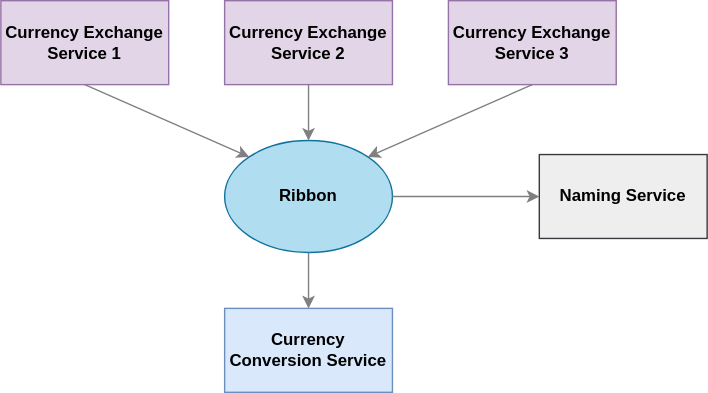
This is diagrams/ribbon.svg from droidark/microservices, a draw.io export, as it was before one commit. Source tidied: cells renumbered, new cells last; positions are measured from the earlier drawing's top-left corner, leaving out a move shared by most shapes.
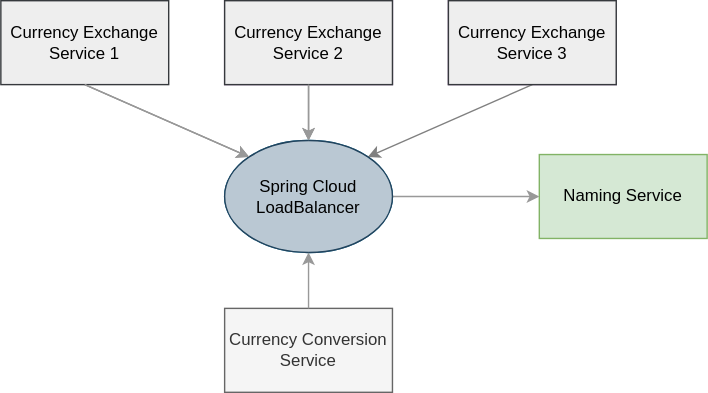
The same diagram one commit later.

The edit, as a diff of the source:
```diff
@@ -2,7 +2,7 @@
   <root>
     <mxCell id="0" />
     <mxCell id="1" parent="0" />
-    <mxCell id="2" value="&lt;div style=&quot;font-size: 12px;&quot;&gt;Currency Exchange Service 1&lt;/div&gt;" style="rounded=0;whiteSpace=wrap;html=1;fillColor=#e1d5e7;strokeColor=#9673a6;fontStyle=1;fontSize=12;" parent="1" vertex="1">
+    <mxCell id="2" value="&lt;div style=&quot;font-size: 12px;&quot;&gt;Currency Exchange Service 1&lt;/div&gt;" style="rounded=0;whiteSpace=wrap;html=1;fillColor=#eeeeee;strokeColor=#36393d;fontStyle=0;fontSize=12;" parent="1" vertex="1">
       <mxGeometry width="120" height="60" as="geometry" />
     </mxCell>
     <mxCell id="3" value="&lt;div style=&quot;font-size: 12px;&quot;&gt;Currency Exchange Service 2&lt;br style=&quot;font-size: 12px;&quot;&gt;&lt;/div&gt;" style="rounded=0;whiteSpace=wrap;html=1;fillColor=#e1d5e7;strokeColor=#9673a6;fontStyle=1;fontSize=12;" parent="1" vertex="1">
@@ -14,10 +14,10 @@
     <mxCell id="5" value="Ribbon" style="ellipse;whiteSpace=wrap;html=1;fillColor=#b1ddf0;strokeColor=#10739e;fontStyle=1;fontSize=12;" parent="1" vertex="1">
       <mxGeometry x="160" y="100" width="120" height="80" as="geometry" />
     </mxCell>
-    <mxCell id="6" value="Naming Service" style="rounded=0;whiteSpace=wrap;html=1;fillColor=#eeeeee;strokeColor=#36393d;fontStyle=1;fontSize=12;" parent="1" vertex="1">
+    <mxCell id="6" value="Naming Service" style="rounded=0;whiteSpace=wrap;html=1;fillColor=#d5e8d4;strokeColor=#82b366;fontStyle=0;fontSize=12;" parent="1" vertex="1">
       <mxGeometry x="385" y="110" width="120" height="60" as="geometry" />
     </mxCell>
-    <mxCell id="7" value="&lt;div style=&quot;font-size: 12px;&quot;&gt;Currency Conversion Service&lt;br style=&quot;font-size: 12px;&quot;&gt;&lt;/div&gt;" style="rounded=0;whiteSpace=wrap;html=1;fillColor=#dae8fc;strokeColor=#6c8ebf;fontStyle=1;fontSize=12;" parent="1" vertex="1">
+    <mxCell id="7" value="&lt;div style=&quot;font-size: 12px;&quot;&gt;Currency Conversion Service&lt;br style=&quot;font-size: 12px;&quot;&gt;&lt;/div&gt;" style="rounded=0;whiteSpace=wrap;html=1;fillColor=#f5f5f5;strokeColor=#666666;fontStyle=0;fontSize=12;fontColor=#333333;" parent="1" vertex="1">
       <mxGeometry x="160" y="220" width="120" height="60" as="geometry" />
     </mxCell>
     <mxCell id="8" style="endArrow=classic;html=1;fontSize=12;entryX=0;entryY=0;entryDx=0;entryDy=0;exitX=0.5;exitY=1;exitDx=0;exitDy=0;strokeColor=#808080;" parent="1" edge="1" source="2" target="5">
@@ -29,11 +29,32 @@
     <mxCell id="10" style="endArrow=classic;html=1;fontSize=12;entryX=1;entryY=0;entryDx=0;entryDy=0;exitX=0.5;exitY=1;exitDx=0;exitDy=0;strokeColor=#808080;" parent="1" edge="1" source="4" target="5">
       <mxGeometry relative="1" as="geometry" />
     </mxCell>
-    <mxCell id="11" style="endArrow=classic;html=1;fontSize=12;exitX=1;exitY=0.5;exitDx=0;exitDy=0;entryX=0;entryY=0.5;entryDx=0;entryDy=0;strokeColor=#808080;" parent="1" edge="1" source="5" target="6">
+    <mxCell id="11" style="endArrow=classic;html=1;fontSize=12;exitX=1;exitY=0.5;exitDx=0;exitDy=0;entryX=0;entryY=0.5;entryDx=0;entryDy=0;strokeColor=#999999;" parent="1" edge="1" source="5" target="6">
       <mxGeometry relative="1" as="geometry" />
     </mxCell>
-    <mxCell id="12" style="endArrow=classic;html=1;fontSize=12;entryX=0.5;entryY=0;entryDx=0;entryDy=0;exitX=0.5;exitY=1;exitDx=0;exitDy=0;strokeColor=#808080;" parent="1" edge="1" source="5" target="7">
-      <mxGeometry relative="1" as="geometry" />
-    </mxCell>
+    <mxCell id="13" value="&lt;div style=&quot;font-size: 12px;&quot;&gt;Currency Exchange Service 2&lt;br style=&quot;font-size: 12px;&quot;&gt;&lt;/div&gt;" style="rounded=0;whiteSpace=wrap;html=1;fillColor=#eeeeee;strokeColor=#36393d;fontStyle=0;fontSize=12;" parent="1" vertex="1">
+      <mxGeometry x="160" width="120" height="60" as="geometry" />
+    </mxCell>
+    <mxCell id="14" value="&lt;div style=&quot;font-size: 12px;&quot;&gt;Currency Exchange Service 3&lt;br style=&quot;font-size: 12px;&quot;&gt;&lt;/div&gt;" style="rounded=0;whiteSpace=wrap;html=1;fillColor=#eeeeee;strokeColor=#36393d;fontStyle=0;fontSize=12;" parent="1" vertex="1">
+      <mxGeometry x="320" width="120" height="60" as="geometry" />
+    </mxCell>
+    <mxCell id="15" value="Spring Cloud LoadBalancer" style="ellipse;whiteSpace=wrap;html=1;fillColor=#bac8d3;strokeColor=#23445d;fontStyle=0;fontSize=12;" parent="1" vertex="1">
+      <mxGeometry x="160" y="100" width="120" height="80" as="geometry" />
+    </mxCell>
+    <mxCell id="16" style="endArrow=classic;html=1;fontSize=12;exitX=0.5;exitY=0;exitDx=0;exitDy=0;strokeColor=#999999;entryX=0.5;entryY=1;entryDx=0;entryDy=0;" parent="1" edge="1" source="7" target="15">
+      <mxGeometry relative="1" as="geometry" />
+    </mxCell>
+    <mxCell id="17" style="endArrow=classic;html=1;fontSize=12;entryX=0;entryY=0;entryDx=0;entryDy=0;exitX=0.5;exitY=1;exitDx=0;exitDy=0;strokeColor=#999999;" parent="1" edge="1">
+      <mxGeometry relative="1" as="geometry">
+        <mxPoint x="60" y="60" as="sourcePoint" />
+        <mxPoint x="177.6" y="111.7" as="targetPoint" />
+      </mxGeometry>
+    </mxCell>
+    <mxCell id="18" style="endArrow=classic;html=1;fontSize=12;entryX=0.5;entryY=0;entryDx=0;entryDy=0;exitX=0.5;exitY=1;exitDx=0;exitDy=0;strokeColor=#999999;" parent="1" edge="1">
+      <mxGeometry relative="1" as="geometry">
+        <mxPoint x="220" y="60" as="sourcePoint" />
+        <mxPoint x="220" y="100" as="targetPoint" />
+      </mxGeometry>
+    </mxCell>
   </root>
 </mxGraphModel>
```
